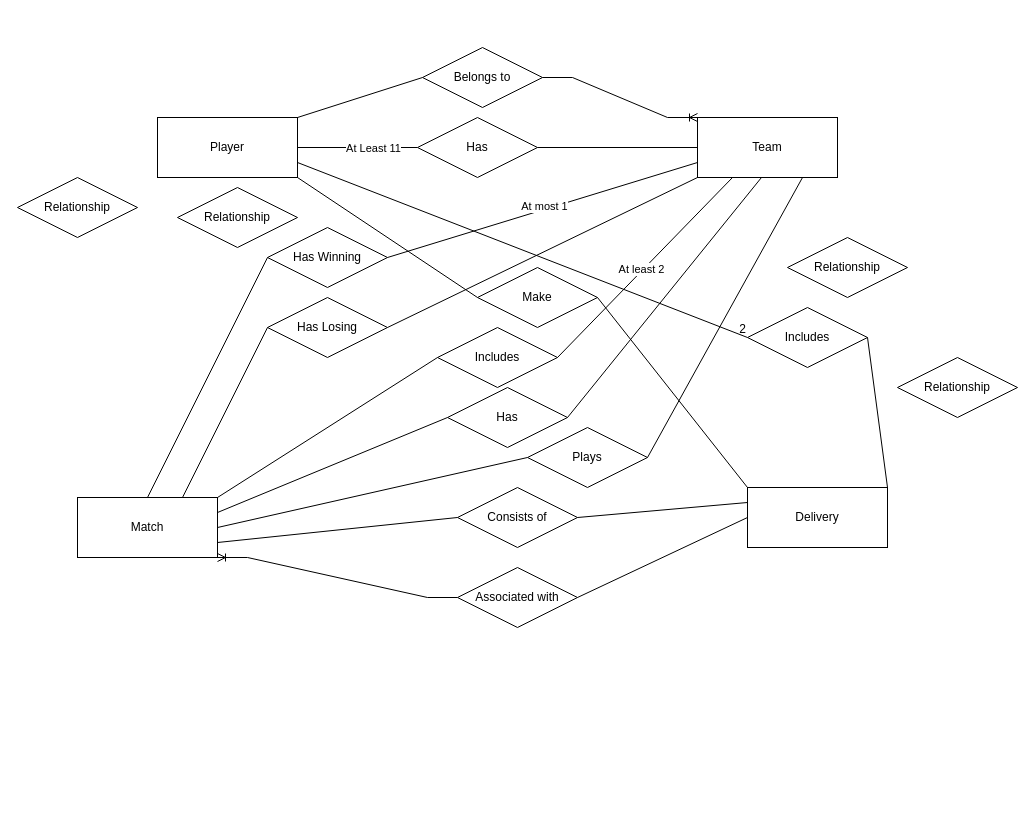
Above: Untitled Diagram.drawio in Kstromz279/Module-0 (draw.io), before the change. Source tidied: cells renumbered, new cells numbered last; positions are measured from the earlier drawing's top-left corner, leaving out a move shared by most shapes. Both pictures are drawn from the tidied source at 100%, with x=0, y=0 at pixel (17, 47).
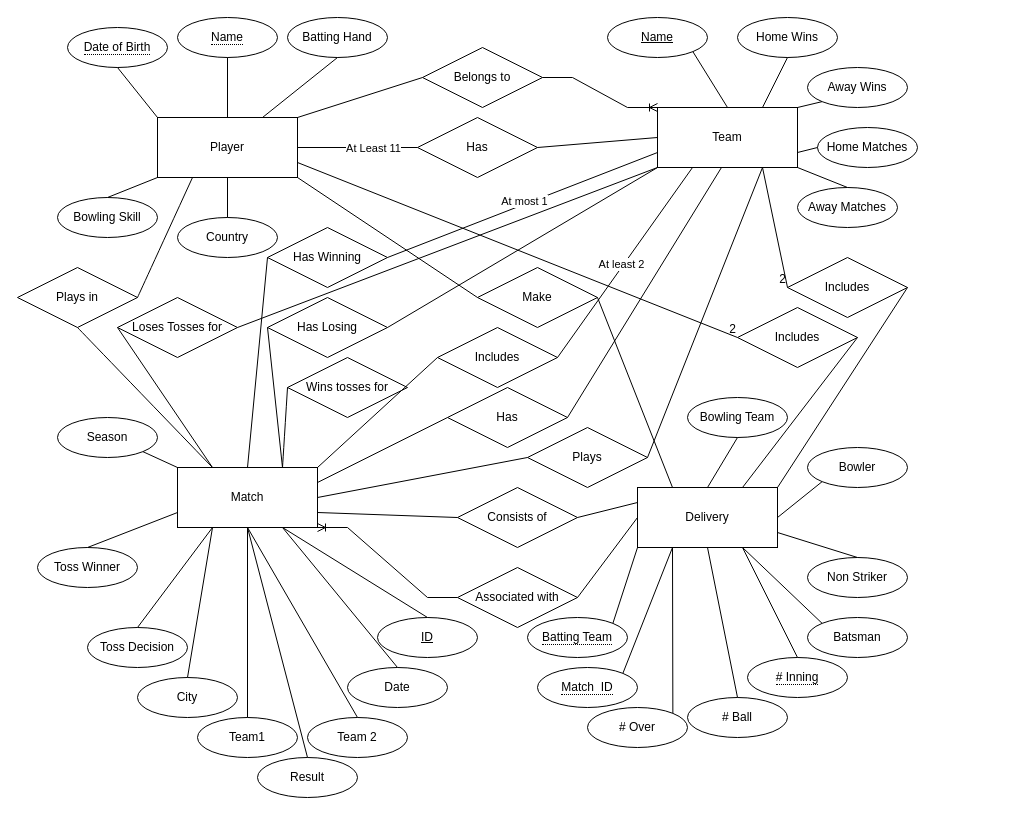
After the change.

The change refers to these unchanged cells:
```xml
<mxCell id="2" value="Player" style="whiteSpace=wrap;html=1;align=center;" parent="1" vertex="1">
  <mxGeometry x="140" y="70" width="140" height="60" as="geometry" />
</mxCell>
<mxCell id="14" value="Make" style="shape=rhombus;perimeter=rhombusPerimeter;whiteSpace=wrap;html=1;align=center;" parent="1" vertex="1">
  <mxGeometry x="460" y="220" width="120" height="60" as="geometry" />
</mxCell>
```

Diff of the diagram source:
```diff
@@
     <mxCell id="3" value="Team" style="whiteSpace=wrap;html=1;align=center;" parent="1" vertex="1">
-      <mxGeometry x="680" y="70" width="140" height="60" as="geometry" />
+      <mxGeometry x="640" y="60" width="140" height="60" as="geometry" />
     </mxCell>
     <mxCell id="4" value="Delivery" style="whiteSpace=wrap;html=1;align=center;" parent="1" vertex="1">
-      <mxGeometry x="730" y="440" width="140" height="60" as="geometry" />
+      <mxGeometry x="620" y="440" width="140" height="60" as="geometry" />
     </mxCell>
     <mxCell id="5" value="Match" style="whiteSpace=wrap;html=1;align=center;" parent="1" vertex="1">
-      <mxGeometry x="60" y="450" width="140" height="60" as="geometry" />
+      <mxGeometry x="160" y="420" width="140" height="60" as="geometry" />
     </mxCell>
@@
-    <mxCell id="7" value="Relationship" style="shape=rhombus;perimeter=rhombusPerimeter;whiteSpace=wrap;html=1;align=center;" parent="1" vertex="1">
-      <mxGeometry x="880" y="310" width="120" height="60" as="geometry" />
+    <mxCell id="7" value="Wins tosses for" style="shape=rhombus;perimeter=rhombusPerimeter;whiteSpace=wrap;html=1;align=center;" parent="1" vertex="1">
+      <mxGeometry x="270" y="310" width="120" height="60" as="geometry" />
     </mxCell>
@@
-    <mxCell id="9" value="Relationship" style="shape=rhombus;perimeter=rhombusPerimeter;whiteSpace=wrap;html=1;align=center;" parent="1" vertex="1">
-      <mxGeometry x="770" y="190" width="120" height="60" as="geometry" />
+    <mxCell id="9" value="Includes" style="shape=rhombus;perimeter=rhombusPerimeter;whiteSpace=wrap;html=1;align=center;" parent="1" vertex="1">
+      <mxGeometry x="770" y="210" width="120" height="60" as="geometry" />
     </mxCell>
@@
-    <mxCell id="15" value="Relationship" style="shape=rhombus;perimeter=rhombusPerimeter;whiteSpace=wrap;html=1;align=center;" parent="1" vertex="1">
-      <mxGeometry y="130" width="120" height="60" as="geometry" />
+    <mxCell id="15" value="Loses Tosses for" style="shape=rhombus;perimeter=rhombusPerimeter;whiteSpace=wrap;html=1;align=center;" parent="1" vertex="1">
+      <mxGeometry x="100" y="250" width="120" height="60" as="geometry" />
     </mxCell>
@@
     <mxCell id="17" value="Includes" style="shape=rhombus;perimeter=rhombusPerimeter;whiteSpace=wrap;html=1;align=center;" parent="1" vertex="1">
-      <mxGeometry x="730" y="260" width="120" height="60" as="geometry" />
+      <mxGeometry x="720" y="260" width="120" height="60" as="geometry" />
     </mxCell>
@@
-    <mxCell id="19" value="Relationship" style="shape=rhombus;perimeter=rhombusPerimeter;whiteSpace=wrap;html=1;align=center;" parent="1" vertex="1">
-      <mxGeometry x="160" y="140" width="120" height="60" as="geometry" />
+    <mxCell id="19" value="Plays in" style="shape=rhombus;perimeter=rhombusPerimeter;whiteSpace=wrap;html=1;align=center;" parent="1" vertex="1">
+      <mxGeometry y="220" width="120" height="60" as="geometry" />
     </mxCell>
@@
-    <mxCell id="30" style="endArrow=none;html=1;rounded=0;exitX=1;exitY=0.5;exitDx=0;exitDy=0;entryX=0;entryY=0;entryDx=0;entryDy=0;" parent="1" edge="1" source="14" target="4">
+    <mxCell id="30" style="endArrow=none;html=1;rounded=0;exitX=1;exitY=0.5;exitDx=0;exitDy=0;entryX=0.25;entryY=0;entryDx=0;entryDy=0;" parent="1" edge="1" source="14" target="4">
       <mxGeometry relative="1" as="geometry" />
     </mxCell>
@@
-    <mxCell id="41" style="endArrow=none;html=1;rounded=0;exitX=1;exitY=0.5;exitDx=0;exitDy=0;entryX=1;entryY=0;entryDx=0;entryDy=0;" parent="1" edge="1" source="17" target="4">
+    <mxCell id="41" style="endArrow=none;html=1;rounded=0;exitX=1;exitY=0.5;exitDx=0;exitDy=0;entryX=0.75;entryY=0;entryDx=0;entryDy=0;" parent="1" edge="1" source="17" target="4">
       <mxGeometry relative="1" as="geometry" />
     </mxCell>
@@
+    <mxCell id="47" value="&lt;span style=&quot;border-bottom: 1px dotted&quot;&gt;Name&lt;/span&gt;" style="ellipse;whiteSpace=wrap;html=1;align=center;" parent="1" vertex="1">
+      <mxGeometry x="160" y="-30" width="100" height="40" as="geometry" />
+    </mxCell>
+    <mxCell id="48" value="&lt;span style=&quot;border-bottom: 1px dotted&quot;&gt;Date of Birth&lt;/span&gt;" style="ellipse;whiteSpace=wrap;html=1;align=center;" parent="1" vertex="1">
+      <mxGeometry x="50" y="-20" width="100" height="40" as="geometry" />
+    </mxCell>
+    <mxCell id="49" value="Batting Hand" style="ellipse;whiteSpace=wrap;html=1;align=center;" parent="1" vertex="1">
+      <mxGeometry x="270" y="-30" width="100" height="40" as="geometry" />
+    </mxCell>
+    <mxCell id="50" value="Bowling Skill" style="ellipse;whiteSpace=wrap;html=1;align=center;" parent="1" vertex="1">
+      <mxGeometry x="40" y="150" width="100" height="40" as="geometry" />
+    </mxCell>
+    <mxCell id="51" value="Country" style="ellipse;whiteSpace=wrap;html=1;align=center;" parent="1" vertex="1">
+      <mxGeometry x="160" y="170" width="100" height="40" as="geometry" />
+    </mxCell>
+    <mxCell id="52" style="endArrow=none;html=1;rounded=0;exitX=0.5;exitY=0;exitDx=0;exitDy=0;entryX=0;entryY=1;entryDx=0;entryDy=0;" parent="1" edge="1" source="50" target="2">
+      <mxGeometry relative="1" as="geometry" />
+    </mxCell>
+    <mxCell id="53" style="endArrow=none;html=1;rounded=0;exitX=0.5;exitY=0;exitDx=0;exitDy=0;entryX=0.5;entryY=1;entryDx=0;entryDy=0;" parent="1" edge="1" source="51" target="2">
+      <mxGeometry relative="1" as="geometry" />
+    </mxCell>
+    <mxCell id="54" style="endArrow=none;html=1;rounded=0;exitX=0.5;exitY=1;exitDx=0;exitDy=0;entryX=0;entryY=0;entryDx=0;entryDy=0;" parent="1" edge="1" source="48" target="2">
+      <mxGeometry relative="1" as="geometry" />
+    </mxCell>
+    <mxCell id="55" style="endArrow=none;html=1;rounded=0;exitX=0.5;exitY=1;exitDx=0;exitDy=0;entryX=0.5;entryY=0;entryDx=0;entryDy=0;" parent="1" edge="1" source="47" target="2">
+      <mxGeometry relative="1" as="geometry" />
+    </mxCell>
+    <mxCell id="56" style="endArrow=none;html=1;rounded=0;exitX=0.75;exitY=0;exitDx=0;exitDy=0;entryX=0.5;entryY=1;entryDx=0;entryDy=0;" parent="1" edge="1" source="2" target="49">
+      <mxGeometry relative="1" as="geometry" />
+    </mxCell>
+    <mxCell id="57" value="ID" style="ellipse;whiteSpace=wrap;html=1;align=center;fontStyle=4;" parent="1" vertex="1">
+      <mxGeometry x="360" y="570" width="100" height="40" as="geometry" />
+    </mxCell>
+    <mxCell id="58" value="Date" style="ellipse;whiteSpace=wrap;html=1;align=center;" parent="1" vertex="1">
+      <mxGeometry x="330" y="620" width="100" height="40" as="geometry" />
+    </mxCell>
+    <mxCell id="59" value="Team1" style="ellipse;whiteSpace=wrap;html=1;align=center;" parent="1" vertex="1">
+      <mxGeometry x="180" y="670" width="100" height="40" as="geometry" />
+    </mxCell>
+    <mxCell id="60" value="City" style="ellipse;whiteSpace=wrap;html=1;align=center;" parent="1" vertex="1">
+      <mxGeometry x="120" y="630" width="100" height="40" as="geometry" />
+    </mxCell>
+    <mxCell id="61" value="Season" style="ellipse;whiteSpace=wrap;html=1;align=center;" parent="1" vertex="1">
+      <mxGeometry x="40" y="370" width="100" height="40" as="geometry" />
+    </mxCell>
+    <mxCell id="62" value="Team 2" style="ellipse;whiteSpace=wrap;html=1;align=center;" parent="1" vertex="1">
+      <mxGeometry x="290" y="670" width="100" height="40" as="geometry" />
+    </mxCell>
+    <mxCell id="63" value="Toss Decision" style="ellipse;whiteSpace=wrap;html=1;align=center;" parent="1" vertex="1">
+      <mxGeometry x="70" y="580" width="100" height="40" as="geometry" />
+    </mxCell>
+    <mxCell id="64" value="Toss Winner" style="ellipse;whiteSpace=wrap;html=1;align=center;" parent="1" vertex="1">
+      <mxGeometry x="20" y="500" width="100" height="40" as="geometry" />
+    </mxCell>
+    <mxCell id="65" value="Result" style="ellipse;whiteSpace=wrap;html=1;align=center;" parent="1" vertex="1">
+      <mxGeometry x="240" y="710" width="100" height="40" as="geometry" />
+    </mxCell>
+    <mxCell id="66" style="endArrow=none;html=1;rounded=0;exitX=0.75;exitY=1;exitDx=0;exitDy=0;entryX=0.5;entryY=0;entryDx=0;entryDy=0;" parent="1" edge="1" source="5" target="57">
+      <mxGeometry relative="1" as="geometry" />
+    </mxCell>
+    <mxCell id="67" style="endArrow=none;html=1;rounded=0;exitX=0.75;exitY=1;exitDx=0;exitDy=0;entryX=0.5;entryY=0;entryDx=0;entryDy=0;" parent="1" edge="1" source="5" target="58">
+      <mxGeometry relative="1" as="geometry" />
+    </mxCell>
+    <mxCell id="68" style="endArrow=none;html=1;rounded=0;exitX=0.5;exitY=1;exitDx=0;exitDy=0;entryX=0.5;entryY=0;entryDx=0;entryDy=0;" parent="1" edge="1" source="5" target="62">
+      <mxGeometry relative="1" as="geometry" />
+    </mxCell>
+    <mxCell id="69" style="endArrow=none;html=1;rounded=0;entryX=0.5;entryY=0;entryDx=0;entryDy=0;exitX=0.5;exitY=1;exitDx=0;exitDy=0;" parent="1" edge="1" source="5" target="65">
+      <mxGeometry relative="1" as="geometry" />
+    </mxCell>
+    <mxCell id="70" style="endArrow=none;html=1;rounded=0;exitX=0.5;exitY=1;exitDx=0;exitDy=0;entryX=0.5;entryY=0;entryDx=0;entryDy=0;" parent="1" edge="1" source="5" target="59">
+      <mxGeometry relative="1" as="geometry" />
+    </mxCell>
+    <mxCell id="71" style="endArrow=none;html=1;rounded=0;exitX=0.25;exitY=1;exitDx=0;exitDy=0;entryX=0.5;entryY=0;entryDx=0;entryDy=0;" parent="1" edge="1" source="5" target="60">
+      <mxGeometry relative="1" as="geometry" />
+    </mxCell>
+    <mxCell id="72" style="endArrow=none;html=1;rounded=0;exitX=1;exitY=1;exitDx=0;exitDy=0;entryX=0;entryY=0;entryDx=0;entryDy=0;" parent="1" edge="1" source="61" target="5">
+      <mxGeometry relative="1" as="geometry" />
+    </mxCell>
+    <mxCell id="73" style="endArrow=none;html=1;rounded=0;exitX=0.5;exitY=0;exitDx=0;exitDy=0;entryX=0.25;entryY=1;entryDx=0;entryDy=0;" parent="1" edge="1" source="63" target="5">
+      <mxGeometry relative="1" as="geometry" />
+    </mxCell>
+    <mxCell id="74" style="endArrow=none;html=1;rounded=0;exitX=0.5;exitY=0;exitDx=0;exitDy=0;entryX=0;entryY=0.75;entryDx=0;entryDy=0;" parent="1" edge="1" source="64" target="5">
+      <mxGeometry relative="1" as="geometry" />
+    </mxCell>
+    <mxCell id="75" value="# Over" style="ellipse;whiteSpace=wrap;html=1;align=center;" parent="1" vertex="1">
+      <mxGeometry x="570" y="660" width="100" height="40" as="geometry" />
+    </mxCell>
+    <mxCell id="76" value="# Ball" style="ellipse;whiteSpace=wrap;html=1;align=center;" parent="1" vertex="1">
+      <mxGeometry x="670" y="650" width="100" height="40" as="geometry" />
+    </mxCell>
+    <mxCell id="77" value="Batsman" style="ellipse;whiteSpace=wrap;html=1;align=center;" parent="1" vertex="1">
+      <mxGeometry x="790" y="570" width="100" height="40" as="geometry" />
+    </mxCell>
+    <mxCell id="78" value="Non Striker" style="ellipse;whiteSpace=wrap;html=1;align=center;" parent="1" vertex="1">
+      <mxGeometry x="790" y="510" width="100" height="40" as="geometry" />
+    </mxCell>
+    <mxCell id="79" value="Bowler" style="ellipse;whiteSpace=wrap;html=1;align=center;" parent="1" vertex="1">
+      <mxGeometry x="790" y="400" width="100" height="40" as="geometry" />
+    </mxCell>
+    <mxCell id="80" value="&lt;span style=&quot;border-bottom: 1px dotted&quot;&gt;Batting Team&lt;/span&gt;" style="ellipse;whiteSpace=wrap;html=1;align=center;" parent="1" vertex="1">
+      <mxGeometry x="510" y="570" width="100" height="40" as="geometry" />
+    </mxCell>
+    <mxCell id="81" value="&lt;span style=&quot;border-bottom: 1px dotted&quot;&gt;# Inning&lt;/span&gt;" style="ellipse;whiteSpace=wrap;html=1;align=center;" parent="1" vertex="1">
+      <mxGeometry x="730" y="610" width="100" height="40" as="geometry" />
+    </mxCell>
+    <mxCell id="82" value="&lt;span style=&quot;border-bottom: 1px dotted&quot;&gt;Match&amp;nbsp; ID&lt;/span&gt;" style="ellipse;whiteSpace=wrap;html=1;align=center;" parent="1" vertex="1">
+      <mxGeometry x="520" y="620" width="100" height="40" as="geometry" />
+    </mxCell>
+    <mxCell id="83" value="Bowling Team" style="ellipse;whiteSpace=wrap;html=1;align=center;" parent="1" vertex="1">
+      <mxGeometry x="670" y="350" width="100" height="40" as="geometry" />
+    </mxCell>
+    <mxCell id="84" style="endArrow=none;html=1;rounded=0;exitX=1;exitY=0.5;exitDx=0;exitDy=0;entryX=0;entryY=1;entryDx=0;entryDy=0;" parent="1" edge="1" source="4" target="79">
+      <mxGeometry relative="1" as="geometry" />
+    </mxCell>
+    <mxCell id="85" style="endArrow=none;html=1;rounded=0;exitX=0.5;exitY=1;exitDx=0;exitDy=0;entryX=0.5;entryY=0;entryDx=0;entryDy=0;" parent="1" edge="1" source="83" target="4">
+      <mxGeometry relative="1" as="geometry" />
+    </mxCell>
+    <mxCell id="86" style="endArrow=none;html=1;rounded=0;exitX=1;exitY=0.75;exitDx=0;exitDy=0;entryX=0.5;entryY=0;entryDx=0;entryDy=0;" parent="1" edge="1" source="4" target="78">
+      <mxGeometry relative="1" as="geometry" />
+    </mxCell>
+    <mxCell id="87" style="endArrow=none;html=1;rounded=0;exitX=0.75;exitY=1;exitDx=0;exitDy=0;entryX=0;entryY=0;entryDx=0;entryDy=0;" parent="1" edge="1" source="4" target="77">
+      <mxGeometry relative="1" as="geometry" />
+    </mxCell>
+    <mxCell id="88" style="endArrow=none;html=1;rounded=0;exitX=0.75;exitY=1;exitDx=0;exitDy=0;entryX=0.5;entryY=0;entryDx=0;entryDy=0;" parent="1" edge="1" source="4" target="81">
+      <mxGeometry relative="1" as="geometry" />
+    </mxCell>
+    <mxCell id="89" style="endArrow=none;html=1;rounded=0;exitX=0.5;exitY=1;exitDx=0;exitDy=0;entryX=0.5;entryY=0;entryDx=0;entryDy=0;" parent="1" edge="1" source="4" target="76">
+      <mxGeometry relative="1" as="geometry" />
+    </mxCell>
+    <mxCell id="90" style="endArrow=none;html=1;rounded=0;exitX=1;exitY=0;exitDx=0;exitDy=0;entryX=0;entryY=1;entryDx=0;entryDy=0;" parent="1" edge="1" source="80" target="4">
+      <mxGeometry relative="1" as="geometry" />
+    </mxCell>
+    <mxCell id="91" style="endArrow=none;html=1;rounded=0;exitX=1;exitY=0;exitDx=0;exitDy=0;entryX=0.25;entryY=1;entryDx=0;entryDy=0;" parent="1" edge="1" source="82" target="4">
+      <mxGeometry relative="1" as="geometry" />
+    </mxCell>
+    <mxCell id="92" style="endArrow=none;html=1;rounded=0;exitX=1;exitY=0;exitDx=0;exitDy=0;entryX=0.25;entryY=1;entryDx=0;entryDy=0;" parent="1" edge="1" source="75" target="4">
+      <mxGeometry relative="1" as="geometry" />
+    </mxCell>
+    <mxCell id="93" value="Name" style="ellipse;whiteSpace=wrap;html=1;align=center;fontStyle=4;" parent="1" vertex="1">
+      <mxGeometry x="590" y="-30" width="100" height="40" as="geometry" />
+    </mxCell>
+    <mxCell id="94" value="Away Wins" style="ellipse;whiteSpace=wrap;html=1;align=center;" parent="1" vertex="1">
+      <mxGeometry x="790" y="20" width="100" height="40" as="geometry" />
+    </mxCell>
+    <mxCell id="95" value="Home Wins" style="ellipse;whiteSpace=wrap;html=1;align=center;" parent="1" vertex="1">
+      <mxGeometry x="720" y="-30" width="100" height="40" as="geometry" />
+    </mxCell>
+    <mxCell id="96" style="endArrow=none;html=1;rounded=0;exitX=0.75;exitY=0;exitDx=0;exitDy=0;entryX=0.5;entryY=1;entryDx=0;entryDy=0;" parent="1" edge="1" source="3" target="95">
+      <mxGeometry relative="1" as="geometry" />
+    </mxCell>
+    <mxCell id="97" value="Away Matches" style="ellipse;whiteSpace=wrap;html=1;align=center;" parent="1" vertex="1">
+      <mxGeometry x="780" y="140" width="100" height="40" as="geometry" />
+    </mxCell>
+    <mxCell id="98" value="Home Matches" style="ellipse;whiteSpace=wrap;html=1;align=center;" parent="1" vertex="1">
+      <mxGeometry x="800" y="80" width="100" height="40" as="geometry" />
+    </mxCell>
+    <mxCell id="99" style="endArrow=none;html=1;rounded=0;exitX=1;exitY=1;exitDx=0;exitDy=0;entryX=0.5;entryY=0;entryDx=0;entryDy=0;" parent="1" edge="1" source="3" target="97">
+      <mxGeometry relative="1" as="geometry" />
+    </mxCell>
+    <mxCell id="100" style="endArrow=none;html=1;rounded=0;exitX=1;exitY=0.75;exitDx=0;exitDy=0;entryX=0;entryY=0.5;entryDx=0;entryDy=0;" parent="1" edge="1" source="3" target="98">
+      <mxGeometry relative="1" as="geometry" />
+    </mxCell>
+    <mxCell id="101" style="endArrow=none;html=1;rounded=0;exitX=1;exitY=0;exitDx=0;exitDy=0;entryX=0;entryY=1;entryDx=0;entryDy=0;" parent="1" edge="1" source="3" target="94">
+      <mxGeometry relative="1" as="geometry" />
+    </mxCell>
+    <mxCell id="102" style="endArrow=none;html=1;rounded=0;exitX=0.5;exitY=0;exitDx=0;exitDy=0;entryX=1;entryY=1;entryDx=0;entryDy=0;" parent="1" edge="1" source="3" target="93">
+      <mxGeometry relative="1" as="geometry" />
+    </mxCell>
+    <mxCell id="103" style="endArrow=none;html=1;rounded=0;exitX=1;exitY=0.5;exitDx=0;exitDy=0;entryX=0;entryY=1;entryDx=0;entryDy=0;" parent="1" edge="1" source="15" target="3">
+      <mxGeometry relative="1" as="geometry" />
+    </mxCell>
+    <mxCell id="104" style="endArrow=none;html=1;rounded=0;exitX=0;exitY=0.5;exitDx=0;exitDy=0;entryX=0.25;entryY=0;entryDx=0;entryDy=0;" parent="1" edge="1" source="15" target="5">
+      <mxGeometry relative="1" as="geometry" />
+    </mxCell>
+    <mxCell id="105" style="endArrow=none;html=1;rounded=0;exitX=1;exitY=0;exitDx=0;exitDy=0;entryX=1;entryY=0.5;entryDx=0;entryDy=0;" parent="1" edge="1" source="4" target="9">
+      <mxGeometry relative="1" as="geometry" />
+    </mxCell>
+    <mxCell id="106" style="endArrow=none;html=1;rounded=0;exitX=0.75;exitY=1;exitDx=0;exitDy=0;entryX=0;entryY=0.5;entryDx=0;entryDy=0;" parent="1" edge="1" source="3" target="9">
+      <mxGeometry relative="1" as="geometry" />
+    </mxCell>
+    <mxCell id="107" value="2" style="html=1;whiteSpace=wrap;align=right;verticalAlign=bottom;" parent="106" vertex="1">
+      <mxGeometry x="1" relative="1" as="geometry" />
+    </mxCell>
+    <mxCell id="108" style="endArrow=none;html=1;rounded=0;fontSize=12;startSize=8;endSize=8;curved=1;exitX=1;exitY=0.5;exitDx=0;exitDy=0;entryX=0.25;entryY=1;entryDx=0;entryDy=0;" parent="1" edge="1" source="19" target="2">
+      <mxGeometry relative="1" as="geometry" />
+    </mxCell>
+    <mxCell id="109" style="endArrow=none;html=1;rounded=0;fontSize=12;startSize=8;endSize=8;curved=1;exitX=0.5;exitY=1;exitDx=0;exitDy=0;entryX=0.25;entryY=0;entryDx=0;entryDy=0;" parent="1" edge="1" source="19" target="5">
+      <mxGeometry relative="1" as="geometry" />
+    </mxCell>
+    <mxCell id="110" style="endArrow=none;html=1;rounded=0;fontSize=12;startSize=8;endSize=8;curved=1;exitX=0.75;exitY=0;exitDx=0;exitDy=0;entryX=0;entryY=0.5;entryDx=0;entryDy=0;" parent="1" edge="1" source="5" target="7">
+      <mxGeometry relative="1" as="geometry" />
+    </mxCell>
```
